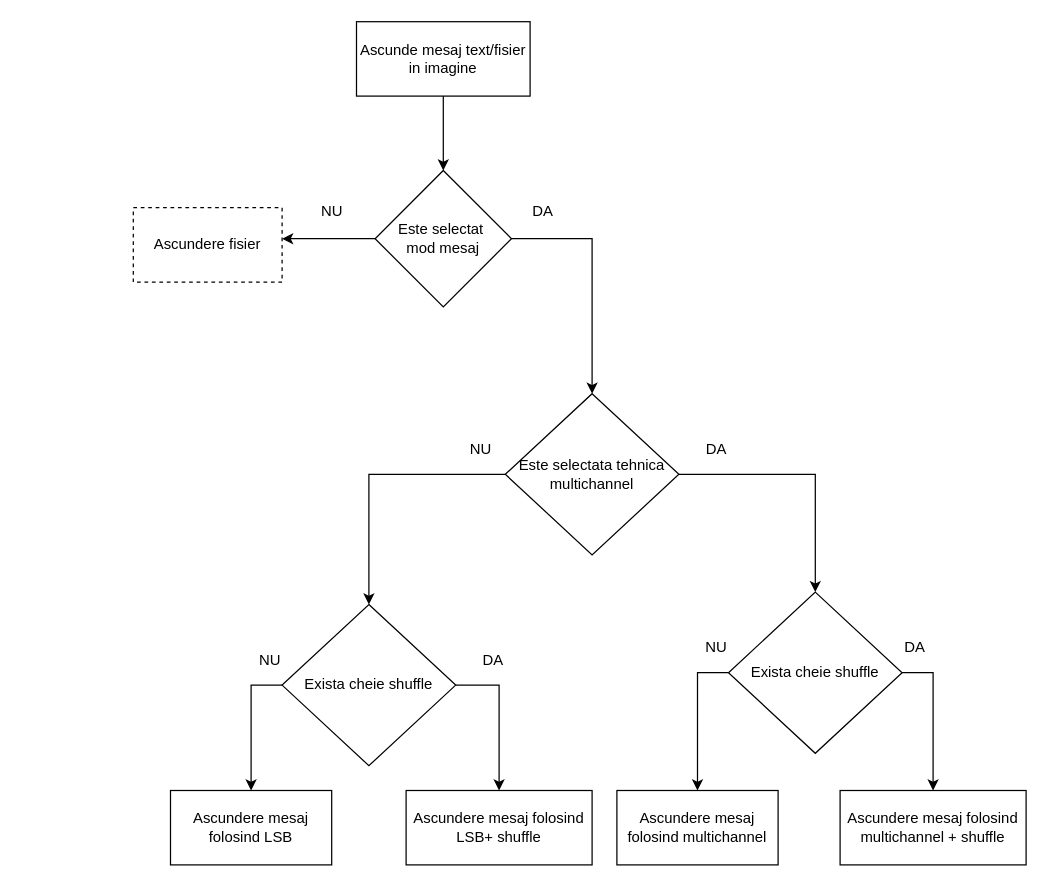
Above: hide_in_image.drawio in DarkD18/Aplicatie_steganografie (draw.io), before the change. Source tidied: cells renumbered, new cells numbered last; positions are measured from the earlier drawing's top-left corner, leaving out a move shared by most shapes. Both pictures are drawn from the tidied source at 124%, with x=0, y=0 at pixel (133, 21).
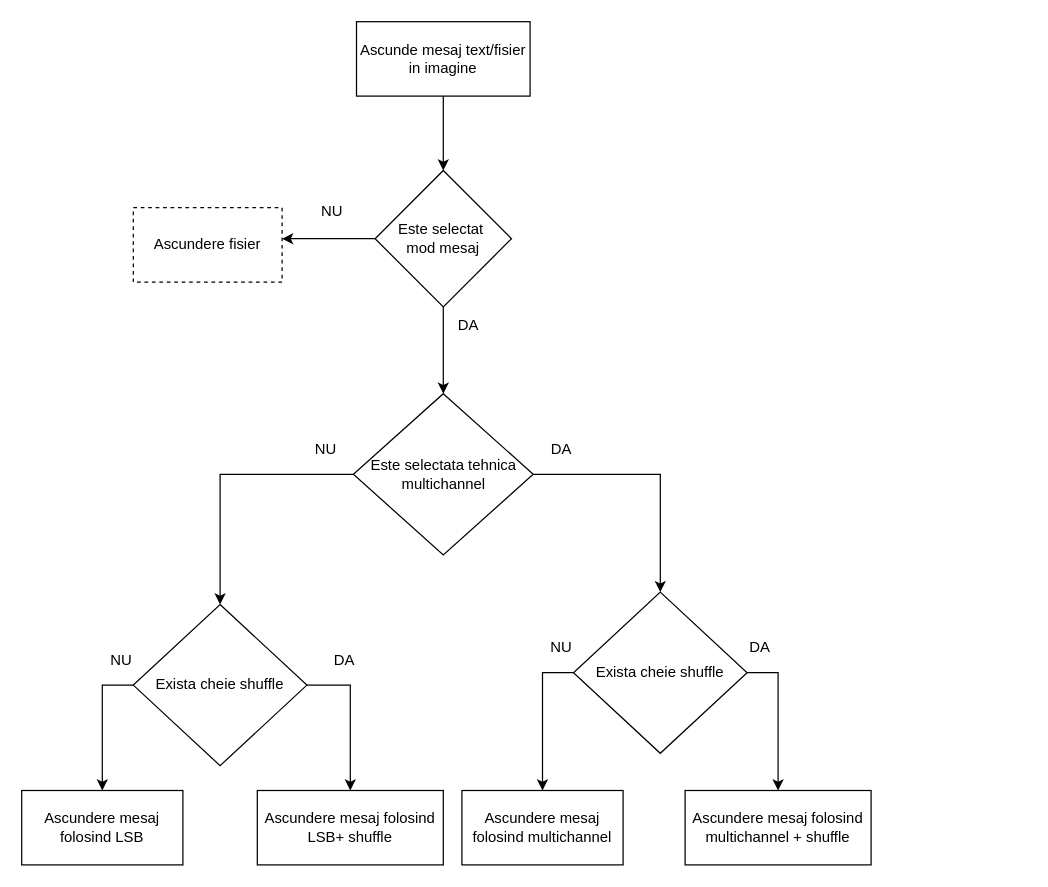
The same diagram, later.

The change refers to these unchanged cells:
```xml
<mxCell id="6" value="Este selectat&amp;nbsp;&lt;div&gt;m&lt;span style=&quot;background-color: transparent; color: light-dark(rgb(0, 0, 0), rgb(255, 255, 255));&quot;&gt;od mesaj&lt;/span&gt;&lt;/div&gt;" style="rhombus;whiteSpace=wrap;html=1;" parent="1" vertex="1">
  <mxGeometry x="195" y="120" width="110" height="110" as="geometry" />
</mxCell>
```

Change to the diagram source:
```diff
@@
+    <mxCell id="5" style="edgeStyle=orthogonalEdgeStyle;rounded=0;jettySize=auto;html=1;exitX=0;exitY=0.5;exitDx=0;exitDy=0;strokeColor=light-dark(#000000,#3333FF);" parent="1" edge="1" source="6">
+      <mxGeometry relative="1" as="geometry">
+        <mxPoint x="120" y="175" as="targetPoint" />
+      </mxGeometry>
+    </mxCell>
-    <mxCell id="4" style="edgeStyle=orthogonalEdgeStyle;rounded=0;jettySize=auto;html=1;exitX=1;exitY=0.5;exitDx=0;exitDy=0;entryX=0.5;entryY=0;entryDx=0;entryDy=0;strokeColor=light-dark(#000000,#3333FF);" parent="1" edge="1" source="6" target="11">
+    <mxCell id="4" style="edgeStyle=orthogonalEdgeStyle;rounded=0;jettySize=auto;html=1;exitX=0.5;exitY=1;exitDx=0;exitDy=0;entryX=0.5;entryY=0;entryDx=0;entryDy=0;strokeColor=light-dark(#000000,#3333FF);" parent="1" edge="1" source="6" target="11">
       <mxGeometry relative="1" as="geometry" />
     </mxCell>
-    <mxCell id="5" style="edgeStyle=orthogonalEdgeStyle;rounded=0;jettySize=auto;html=1;exitX=0;exitY=0.5;exitDx=0;exitDy=0;strokeColor=light-dark(#000000,#3333FF);" parent="1" edge="1" source="6">
-      <mxGeometry relative="1" as="geometry">
-        <mxPoint x="120" y="175" as="targetPoint" />
-      </mxGeometry>
-    </mxCell>
@@
     <mxCell id="7" value="&lt;font style=&quot;color: light-dark(rgb(0, 0, 0), rgb(153, 153, 255));&quot;&gt;DA&lt;/font&gt;" style="text;html=1;align=center;verticalAlign=middle;strokeColor=none;fillColor=none;" parent="1" vertex="1">
-      <mxGeometry x="310" y="138" width="40" height="30" as="geometry" />
+      <mxGeometry x="250" y="230" width="40" height="30" as="geometry" />
     </mxCell>
@@
     <mxCell id="11" value="Este selectata tehnica multichannel" style="rhombus;whiteSpace=wrap;html=1;" parent="1" vertex="1">
-      <mxGeometry x="300" y="300" width="140" height="130" as="geometry" />
+      <mxGeometry x="177.5" y="300" width="145" height="130" as="geometry" />
     </mxCell>
     <mxCell id="12" value="&lt;font style=&quot;color: light-dark(rgb(0, 0, 0), rgb(153, 153, 255));&quot;&gt;DA&lt;/font&gt;" style="text;html=1;align=center;verticalAlign=middle;strokeColor=none;fillColor=none;" parent="1" vertex="1">
-      <mxGeometry x="450" y="330" width="40" height="30" as="geometry" />
+      <mxGeometry x="325" y="330" width="40" height="30" as="geometry" />
     </mxCell>
@@
     <mxCell id="15" value="Exista cheie shuffle" style="rhombus;whiteSpace=wrap;html=1;" parent="1" vertex="1">
-      <mxGeometry x="480" y="460" width="140" height="130" as="geometry" />
+      <mxGeometry x="355" y="460" width="140" height="130" as="geometry" />
     </mxCell>
     <mxCell id="16" value="&lt;font style=&quot;color: light-dark(rgb(0, 0, 0), rgb(153, 153, 255));&quot;&gt;DA&lt;/font&gt;" style="text;html=1;align=center;verticalAlign=middle;strokeColor=none;fillColor=none;" parent="1" vertex="1">
-      <mxGeometry x="610" y="490" width="40" height="30" as="geometry" />
+      <mxGeometry x="485" y="490" width="40" height="30" as="geometry" />
     </mxCell>
     <mxCell id="17" value="&lt;font style=&quot;color: light-dark(rgb(0, 0, 0), rgb(153, 153, 255));&quot;&gt;NU&lt;/font&gt;" style="text;html=1;align=center;verticalAlign=middle;strokeColor=none;fillColor=none;" parent="1" vertex="1">
-      <mxGeometry x="450" y="490" width="40" height="30" as="geometry" />
+      <mxGeometry x="325" y="490" width="40" height="30" as="geometry" />
     </mxCell>
     <mxCell id="18" value="Ascundere mesaj folosind multichannel" style="rounded=0;whiteSpace=wrap;html=1;" parent="1" vertex="1">
-      <mxGeometry x="390" y="620" width="130" height="60" as="geometry" />
+      <mxGeometry x="265" y="620" width="130" height="60" as="geometry" />
     </mxCell>
     <mxCell id="19" value="Ascundere mesaj folosind multichannel + shuffle" style="rounded=0;whiteSpace=wrap;html=1;" parent="1" vertex="1">
-      <mxGeometry x="570" y="620" width="150" height="60" as="geometry" />
+      <mxGeometry x="445" y="620" width="150" height="60" as="geometry" />
     </mxCell>
@@
     <mxCell id="22" value="Exista cheie shuffle" style="rhombus;whiteSpace=wrap;html=1;" parent="1" vertex="1">
-      <mxGeometry x="120" y="470" width="140" height="130" as="geometry" />
+      <mxGeometry y="470" width="140" height="130" as="geometry" />
     </mxCell>
     <mxCell id="23" value="&lt;font style=&quot;color: light-dark(rgb(0, 0, 0), rgb(153, 153, 255));&quot;&gt;DA&lt;/font&gt;" style="text;html=1;align=center;verticalAlign=middle;strokeColor=none;fillColor=none;" parent="1" vertex="1">
-      <mxGeometry x="270" y="500" width="40" height="30" as="geometry" />
+      <mxGeometry x="150" y="500" width="40" height="30" as="geometry" />
     </mxCell>
     <mxCell id="24" value="&lt;font style=&quot;color: light-dark(rgb(0, 0, 0), rgb(153, 153, 255));&quot;&gt;NU&lt;/font&gt;" style="text;html=1;align=center;verticalAlign=middle;strokeColor=none;fillColor=none;" parent="1" vertex="1">
-      <mxGeometry x="90" y="500" width="40" height="30" as="geometry" />
+      <mxGeometry x="-30" y="500" width="40" height="30" as="geometry" />
     </mxCell>
     <mxCell id="25" value="Ascundere mesaj folosind LSB" style="rounded=0;whiteSpace=wrap;html=1;" parent="1" vertex="1">
-      <mxGeometry x="30" y="620" width="130" height="60" as="geometry" />
+      <mxGeometry x="-90" y="620" width="130" height="60" as="geometry" />
     </mxCell>
     <mxCell id="26" value="Ascundere mesaj folosind LSB+ shuffle" style="rounded=0;whiteSpace=wrap;html=1;" parent="1" vertex="1">
-      <mxGeometry x="220" y="620" width="150" height="60" as="geometry" />
+      <mxGeometry x="100" y="620" width="150" height="60" as="geometry" />
     </mxCell>
     <mxCell id="27" value="&lt;font style=&quot;color: light-dark(rgb(0, 0, 0), rgb(153, 153, 255));&quot;&gt;NU&lt;/font&gt;" style="text;html=1;align=center;verticalAlign=middle;strokeColor=none;fillColor=none;" parent="1" vertex="1">
-      <mxGeometry x="260" y="330" width="40" height="30" as="geometry" />
+      <mxGeometry x="135" y="330" width="40" height="30" as="geometry" />
     </mxCell>
```
